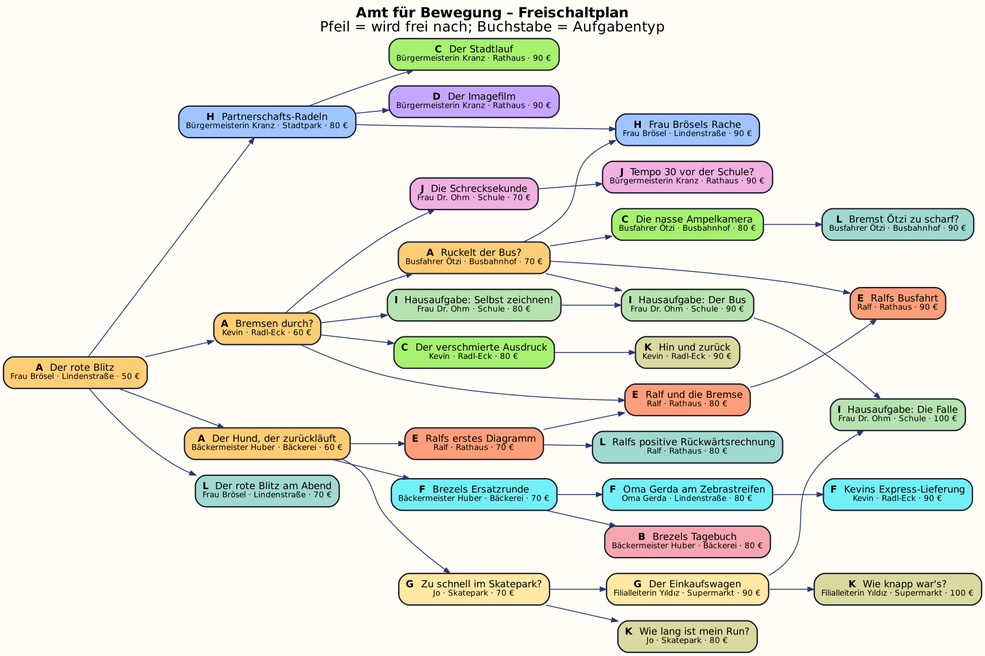
The Graphviz diagram docs/questplan.png in MJMssnr/amt-fuer-bewegung, before a commit. Its source is kept beside it as docs/questplan.dot. Source of this version:
```dot
digraph Q {
  rankdir=LR; bgcolor="#fffdf6"; nodesep=0.25; ranksep=0.5;
  node [shape=box style="rounded,filled" fontname="Helvetica" fontsize=11 color="#1a1c2c" penwidth=1.5];
  edge [color="#29366f" arrowsize=0.7];
  label=<<b>Amt für Bewegung – Freischaltplan</b><br/>Pfeil = wird frei nach; Buchstabe = Aufgabentyp>; labelloc=t; fontname="Helvetica"; fontsize=16;
  t01_sportwagen [fillcolor="#ffcd75" label=<<b>A</b>  Der rote Blitz<br/><font point-size="9">Frau Brösel · Lindenstraße · 50 €</font>>];
  t02_kevin [fillcolor="#ffcd75" label=<<b>A</b>  Bremsen durch?<br/><font point-size="9">Kevin · Radl-Eck · 60 €</font>>];
  t03_bus [fillcolor="#ffcd75" label=<<b>A</b>  Ruckelt der Bus?<br/><font point-size="9">Busfahrer Ötzi · Busbahnhof · 70 €</font>>];
  t04_brezel [fillcolor="#ffcd75" label=<<b>A</b>  Der Hund, der zurückläuft<br/><font point-size="9">Bäckermeister Huber · Bäckerei · 60 €</font>>];
  t05_radeln [fillcolor="#9fc5ff" label=<<b>H</b>  Partnerschafts-Radeln<br/><font point-size="9">Bürgermeisterin Kranz · Stadtpark · 80 €</font>>];
  t06_broesel_ampel [fillcolor="#9fc5ff" label=<<b>H</b>  Frau Brösels Rache<br/><font point-size="9">Frau Brösel · Lindenstraße · 90 €</font>>];
  t07_skater [fillcolor="#ffe8a3" label=<<b>G</b>  Zu schnell im Skatepark?<br/><font point-size="9">Jo · Skatepark · 70 €</font>>];
  t08_einkaufswagen [fillcolor="#ffe8a3" label=<<b>G</b>  Der Einkaufswagen<br/><font point-size="9">Filialleiterin Yıldız · Supermarkt · 90 €</font>>];
  t09_tacho [fillcolor="#a7f070" label=<<b>C</b>  Der verschmierte Ausdruck<br/><font point-size="9">Kevin · Radl-Eck · 80 €</font>>];
  t10_ampelkamera [fillcolor="#a7f070" label=<<b>C</b>  Die nasse Ampelkamera<br/><font point-size="9">Busfahrer Ötzi · Busbahnhof · 80 €</font>>];
  t11_stadtlauf [fillcolor="#a7f070" label=<<b>C</b>  Der Stadtlauf<br/><font point-size="9">Bürgermeisterin Kranz · Rathaus · 90 €</font>>];
  t12_ralf_brezel [fillcolor="#ff9f7a" label=<<b>E</b>  Ralfs erstes Diagramm<br/><font point-size="9">Ralf · Rathaus · 70 €</font>>];
  t13_ralf_kevin [fillcolor="#ff9f7a" label=<<b>E</b>  Ralf und die Bremse<br/><font point-size="9">Ralf · Rathaus · 80 €</font>>];
  t14_ralf_bus [fillcolor="#ff9f7a" label=<<b>E</b>  Ralfs Busfahrt<br/><font point-size="9">Ralf · Rathaus · 90 €</font>>];
  t15_live_brezel [fillcolor="#73eff7" label=<<b>F</b>  Brezels Ersatzrunde<br/><font point-size="9">Bäckermeister Huber · Bäckerei · 70 €</font>>];
  t16_live_gerda [fillcolor="#73eff7" label=<<b>F</b>  Oma Gerda am Zebrastreifen<br/><font point-size="9">Oma Gerda · Lindenstraße · 80 €</font>>];
  t17_live_kevin [fillcolor="#73eff7" label=<<b>F</b>  Kevins Express-Lieferung<br/><font point-size="9">Kevin · Radl-Eck · 90 €</font>>];
  t18_konstrukt_kevin [fillcolor="#b6e3b0" label=<<b>I</b>  Hausaufgabe: Selbst zeichnen!<br/><font point-size="9">Frau Dr. Ohm · Schule · 80 €</font>>];
  t19_konstrukt_bus [fillcolor="#b6e3b0" label=<<b>I</b>  Hausaufgabe: Der Bus<br/><font point-size="9">Frau Dr. Ohm · Schule · 90 €</font>>];
  t20_konstrukt_wagen [fillcolor="#b6e3b0" label=<<b>I</b>  Hausaufgabe: Die Falle<br/><font point-size="9">Frau Dr. Ohm · Schule · 100 €</font>>];
  t21_reaktion_rad [fillcolor="#f0b0e0" label=<<b>J</b>  Die Schrecksekunde<br/><font point-size="9">Frau Dr. Ohm · Schule · 70 €</font>>];
  t22_reaktion_auto [fillcolor="#f0b0e0" label=<<b>J</b>  Tempo 30 vor der Schule?<br/><font point-size="9">Bürgermeisterin Kranz · Rathaus · 90 €</font>>];
  t23_freihand_brezel [fillcolor="#f6a6b2" label=<<b>B</b>  Brezels Tagebuch<br/><font point-size="9">Bäckermeister Huber · Bäckerei · 80 €</font>>];
  t24_flaeche_jo [fillcolor="#d9d9a0" label=<<b>K</b>  Wie lang ist mein Run?<br/><font point-size="9">Jo · Skatepark · 80 €</font>>];
  t25_flaeche_kevin [fillcolor="#d9d9a0" label=<<b>K</b>  Hin und zurück<br/><font point-size="9">Kevin · Radl-Eck · 90 €</font>>];
  t26_flaeche_wagen [fillcolor="#d9d9a0" label=<<b>K</b>  Wie knapp war's?<br/><font point-size="9">Filialleiterin Yıldız · Supermarkt · 100 €</font>>];
  t27_steigung_blitz [fillcolor="#a0d9d0" label=<<b>L</b>  Der rote Blitz am Abend<br/><font point-size="9">Frau Brösel · Lindenstraße · 70 €</font>>];
  t28_steigung_ralf [fillcolor="#a0d9d0" label=<<b>L</b>  Ralfs positive Rückwärtsrechnung<br/><font point-size="9">Ralf · Rathaus · 80 €</font>>];
  t29_steigung_bus [fillcolor="#a0d9d0" label=<<b>L</b>  Bremst Ötzi zu scharf?<br/><font point-size="9">Busfahrer Ötzi · Busbahnhof · 90 €</font>>];
  t30_regie_imagefilm [fillcolor="#c7a6ff" label=<<b>D</b>  Der Imagefilm<br/><font point-size="9">Bürgermeisterin Kranz · Rathaus · 90 €</font>>];
  t01_sportwagen -> t02_kevin;
  t02_kevin -> t03_bus;
  t01_sportwagen -> t04_brezel;
  t01_sportwagen -> t05_radeln;
  t03_bus -> t06_broesel_ampel;
  t05_radeln -> t06_broesel_ampel;
  t04_brezel -> t07_skater;
  t07_skater -> t08_einkaufswagen;
  t02_kevin -> t09_tacho;
  t03_bus -> t10_ampelkamera;
  t05_radeln -> t11_stadtlauf;
  t04_brezel -> t12_ralf_brezel;
  t12_ralf_brezel -> t13_ralf_kevin;
  t02_kevin -> t13_ralf_kevin;
  t13_ralf_kevin -> t14_ralf_bus;
  t03_bus -> t14_ralf_bus;
  t04_brezel -> t15_live_brezel;
  t15_live_brezel -> t16_live_gerda;
  t16_live_gerda -> t17_live_kevin;
  t02_kevin -> t18_konstrukt_kevin;
  t18_konstrukt_kevin -> t19_konstrukt_bus;
  t03_bus -> t19_konstrukt_bus;
  t19_konstrukt_bus -> t20_konstrukt_wagen;
  t08_einkaufswagen -> t20_konstrukt_wagen;
  t02_kevin -> t21_reaktion_rad;
  t21_reaktion_rad -> t22_reaktion_auto;
  t15_live_brezel -> t23_freihand_brezel;
  t07_skater -> t24_flaeche_jo;
  t09_tacho -> t25_flaeche_kevin;
  t08_einkaufswagen -> t26_flaeche_wagen;
  t01_sportwagen -> t27_steigung_blitz;
  t12_ralf_brezel -> t28_steigung_ralf;
  t10_ampelkamera -> t29_steigung_bus;
  t05_radeln -> t30_regie_imagefilm;
}
```
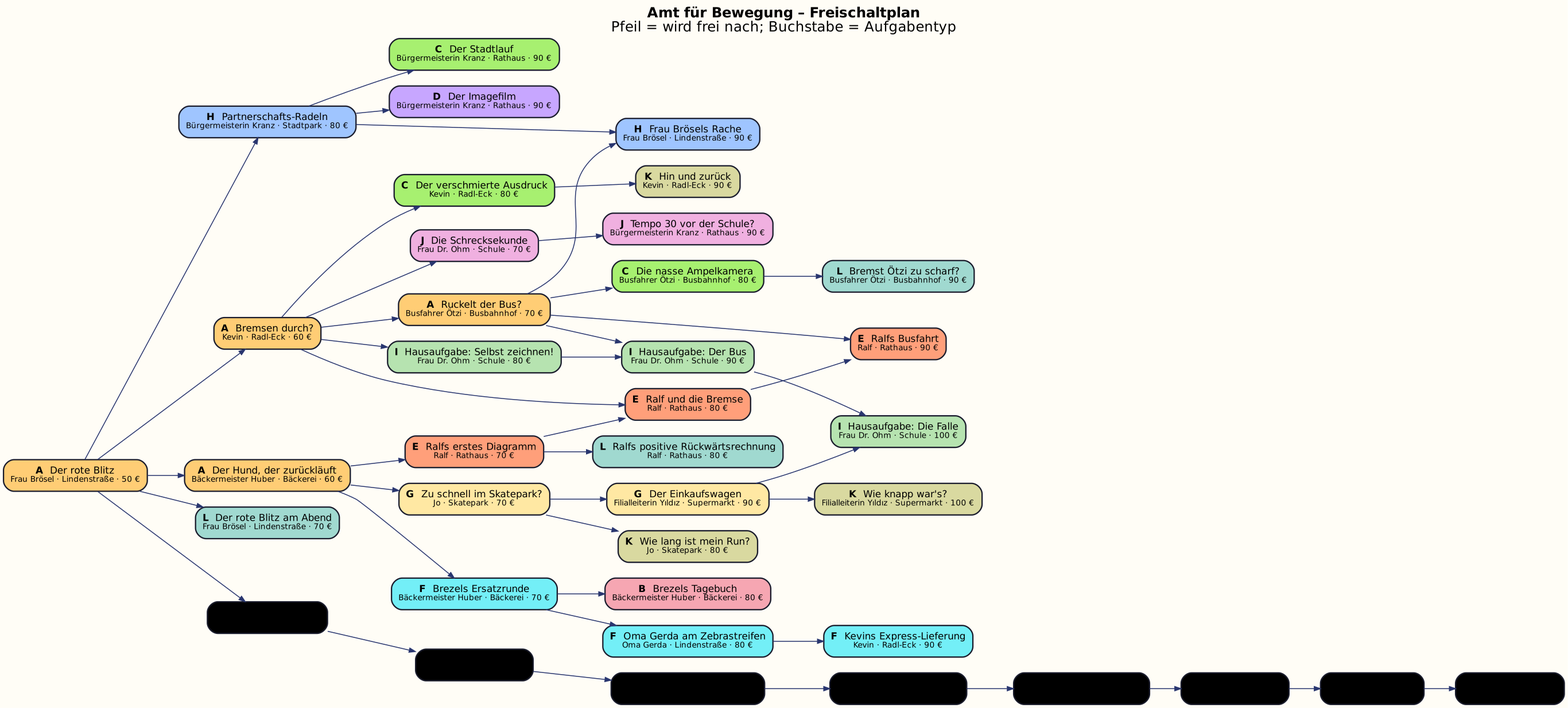
The same diagram one commit later.

The edit, as a diff of the source:
```diff
@@ -33,6 +33,14 @@
   t28_steigung_ralf [fillcolor="#a0d9d0" label=<<b>L</b>  Ralfs positive Rückwärtsrechnung<br/><font point-size="9">Ralf · Rathaus · 80 €</font>>];
   t29_steigung_bus [fillcolor="#a0d9d0" label=<<b>L</b>  Bremst Ötzi zu scharf?<br/><font point-size="9">Busfahrer Ötzi · Busbahnhof · 90 €</font>>];
   t30_regie_imagefilm [fillcolor="#c7a6ff" label=<<b>D</b>  Der Imagefilm<br/><font point-size="9">Bürgermeisterin Kranz · Rathaus · 90 €</font>>];
+  t31_strobo_erstes [fillcolor="#ddd" label=<<b>O</b>  Das erste Blitzfoto<br/><font point-size="9">Slavi · Fotolabor · 60 €</font>>];
+  t32_strobo_kevin [fillcolor="#ddd" label=<<b>M</b>  Kevin im Blitzlicht<br/><font point-size="9">Slavi · Fotolabor · 70 €</font>>];
+  t33_strobo_fallschirm [fillcolor="#ddd" label=<<b>N</b>  Der schwebende Springer<br/><font point-size="9">Slavi · Fotolabor · 70 €</font>>];
+  t34_strobo_rinne [fillcolor="#ddd" label=<<b>O</b>  Die Kugel in der Rinne<br/><font point-size="9">Slavi · Fotolabor · 80 €</font>>];
+  t35_strobo_auto [fillcolor="#ddd" label=<<b>M</b>  Blitz in der 30er-Zone<br/><font point-size="9">Slavi · Fotolabor · 90 €</font>>];
+  t36_strobo_jo [fillcolor="#ddd" label=<<b>N</b>  Jo im Doppelbild<br/><font point-size="9">Slavi · Fotolabor · 80 €</font>>];
+  t37_strobo_bremsen [fillcolor="#ddd" label=<<b>O</b>  Kevin bremst<br/><font point-size="9">Slavi · Fotolabor · 90 €</font>>];
+  t38_strobo_pendel [fillcolor="#ddd" label=<<b>O</b>  Das Pendel<br/><font point-size="9">Slavi · Fotolabor · 100 €</font>>];
   t01_sportwagen -> t02_kevin;
   t02_kevin -> t03_bus;
   t01_sportwagen -> t04_brezel;
@@ -67,4 +75,12 @@
   t12_ralf_brezel -> t28_steigung_ralf;
   t10_ampelkamera -> t29_steigung_bus;
   t05_radeln -> t30_regie_imagefilm;
+  t01_sportwagen -> t31_strobo_erstes;
+  t31_strobo_erstes -> t32_strobo_kevin;
+  t32_strobo_kevin -> t33_strobo_fallschirm;
+  t33_strobo_fallschirm -> t34_strobo_rinne;
+  t34_strobo_rinne -> t35_strobo_auto;
+  t35_strobo_auto -> t36_strobo_jo;
+  t36_strobo_jo -> t37_strobo_bremsen;
+  t37_strobo_bremsen -> t38_strobo_pendel;
 }
```
